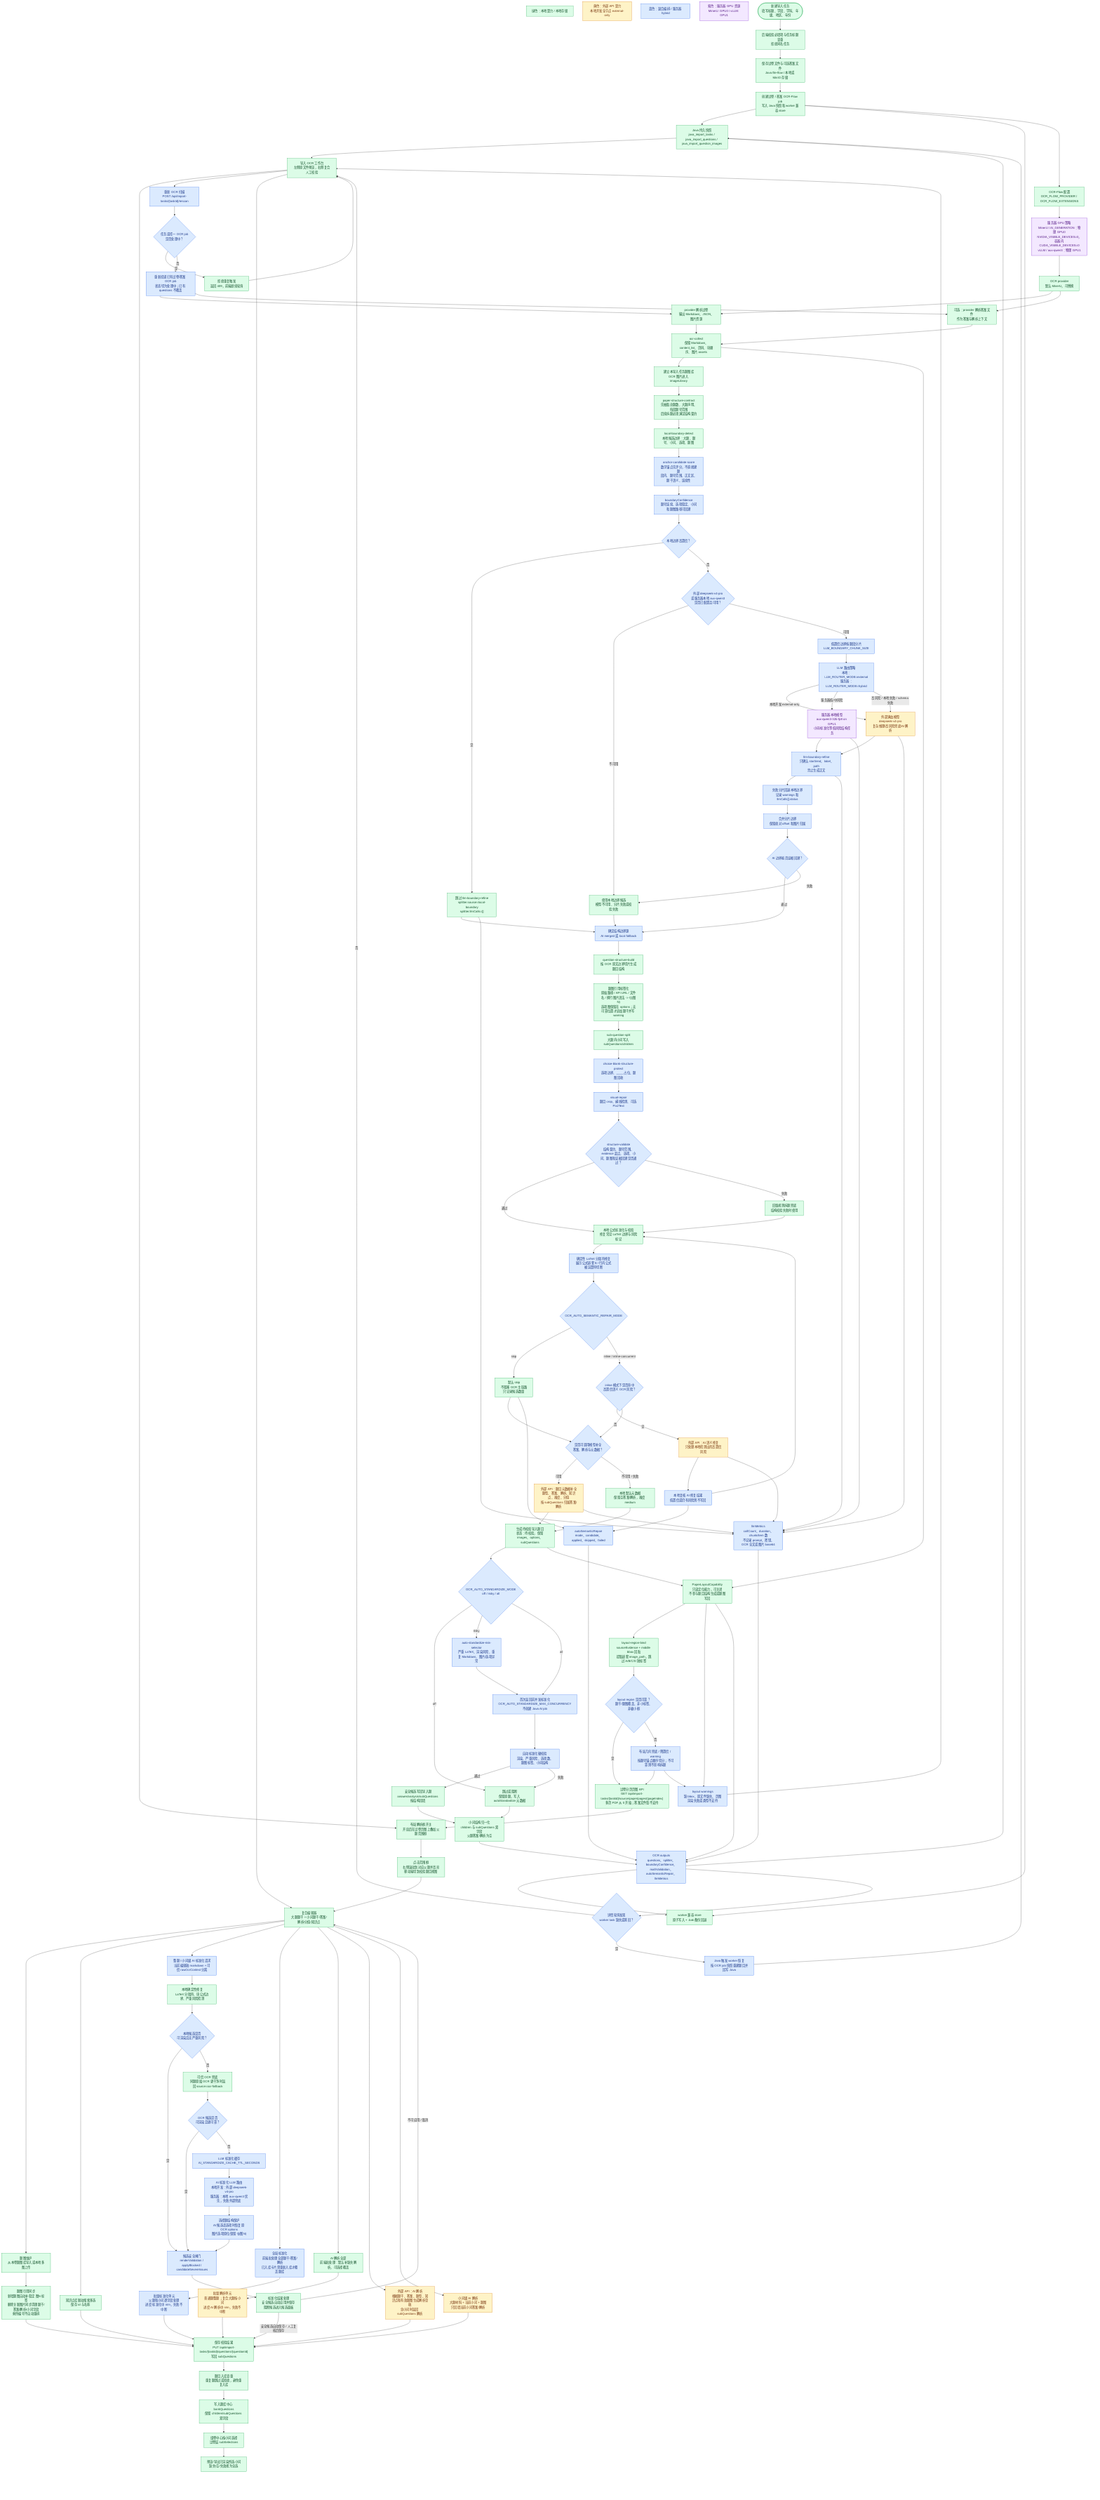
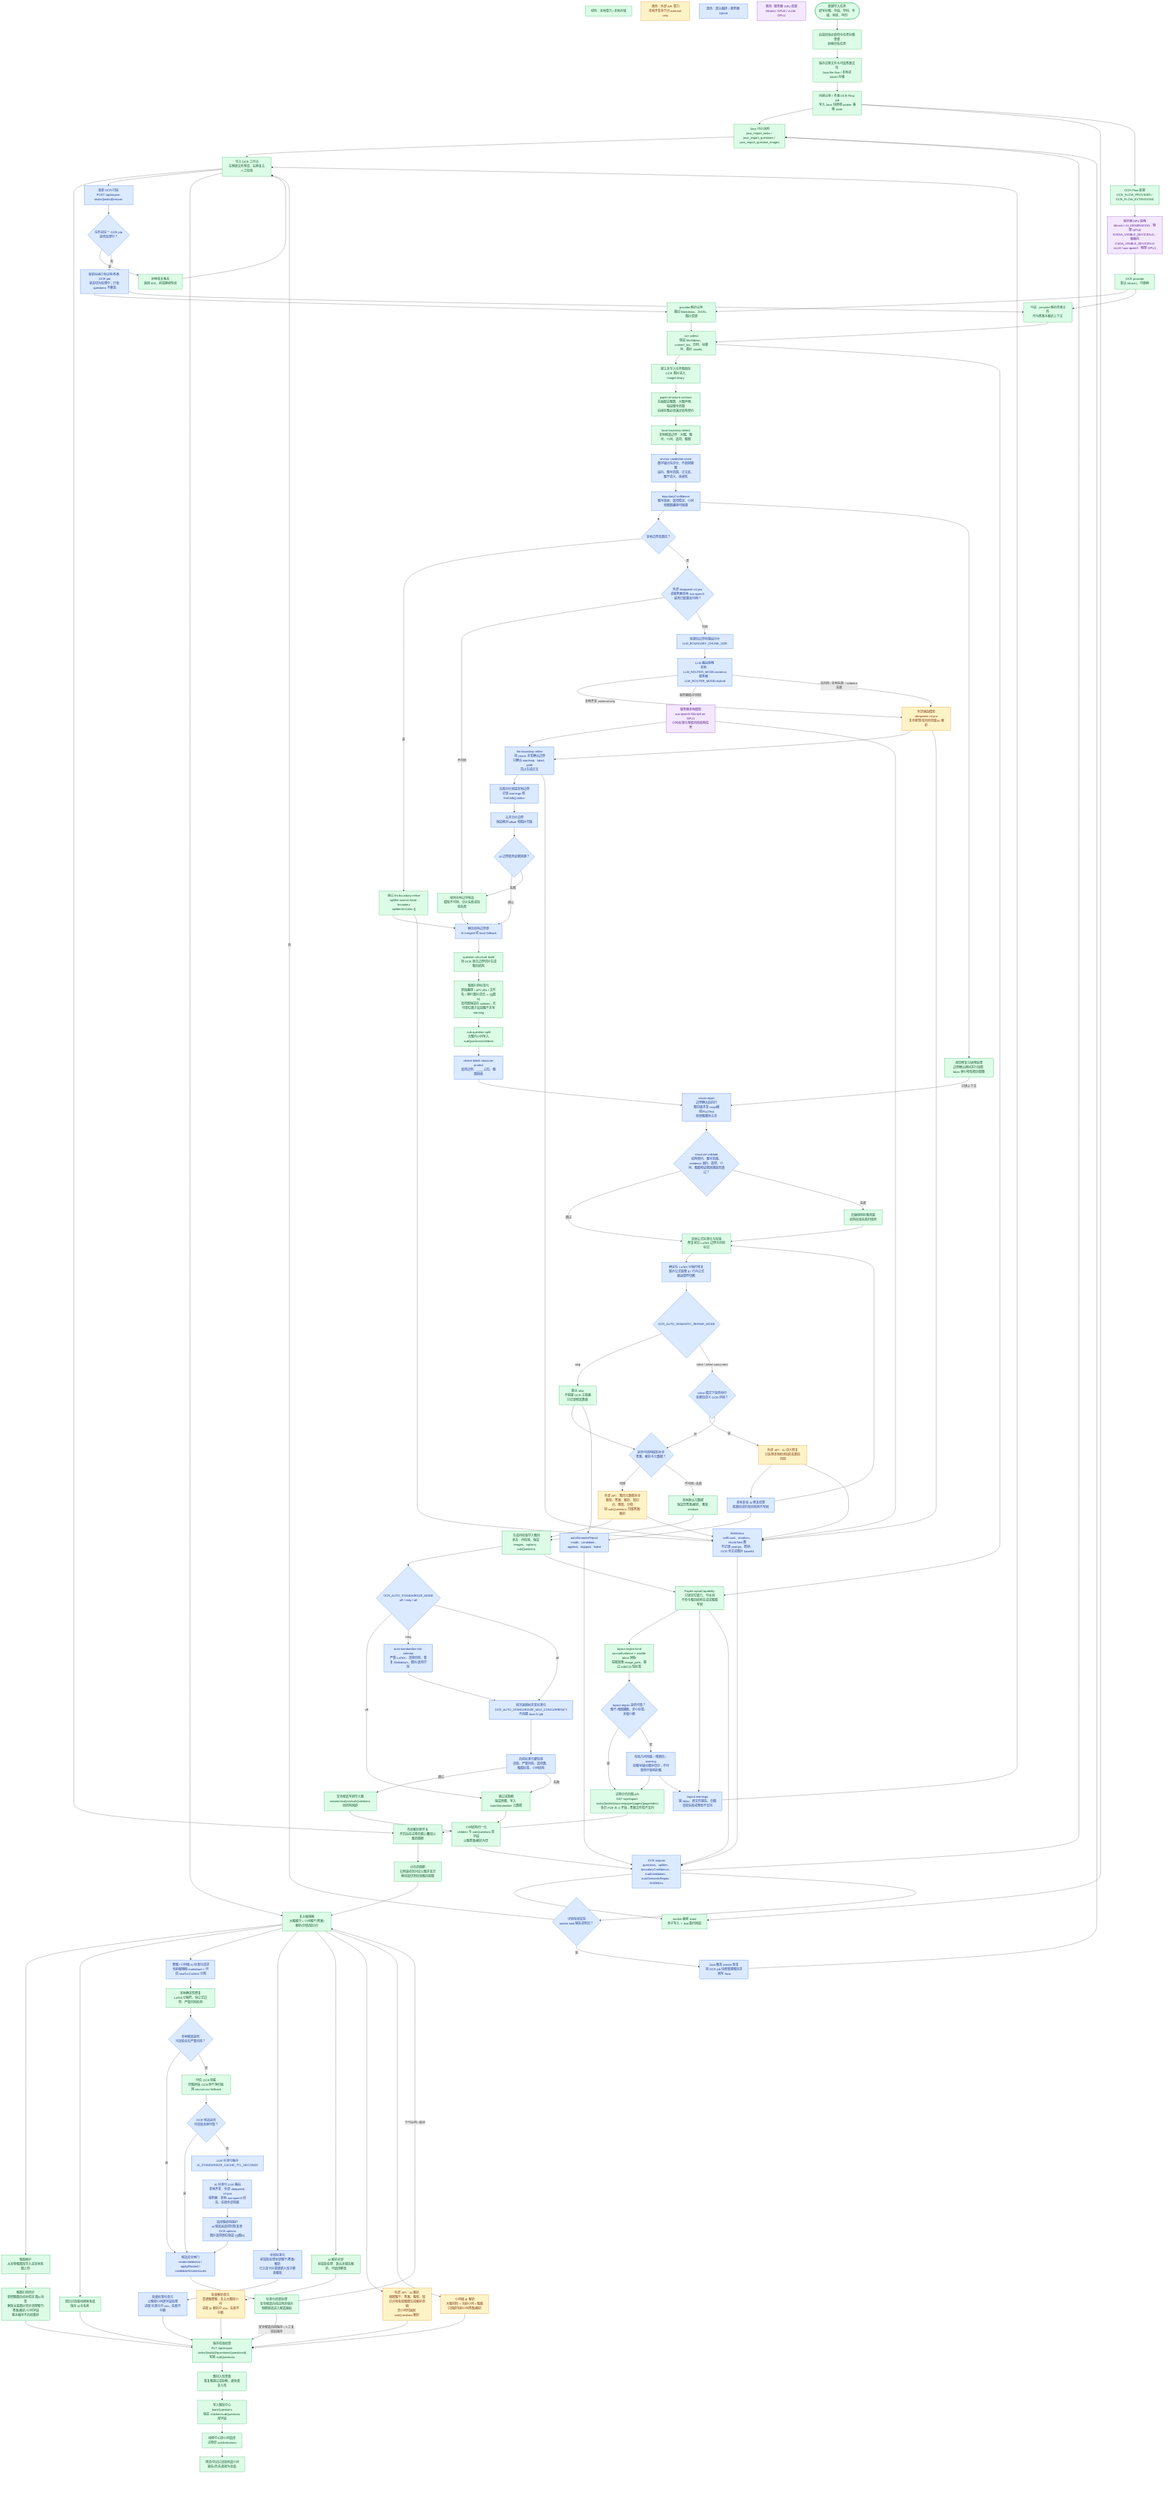
%% Version: 2026-07-10 / product v16 / GlobalStandardize
%% Status: current-primary
%% Scope: authoritative end-to-end OCR-Flow algorithm, structure contract, LLM routing, first-return auto standardization, review, layout overlay isolation, rescan, global standardization, and AI assistance flow.
flowchart TD
  LegendLocal["绿色：本地算力 / 本地存储"]:::local
  LegendExternal["黄色：外部 API 算力<br/>本地开发全节点 external-only"]:::external
  LegendMixed["蓝色：混合编排 / 服务器 hybrid"]:::mixed
  LegendGpu["紫色：服务器 GPU 资源<br/>MinerU: GPU0 / vLLM: GPU1"]:::gpu

  Start(["新建导入任务<br/>填写标题、学段、学科、年级、地区、年份"]):::local
  Validate["后端校验必填项与任务标题查重<br/>拒绝同名任务"]:::local
  Upload["保存试卷文件与可选答案文件<br/>Java file-flow / 本地或 MinIO 存储"]:::local
  Jobs["创建试卷 / 答案 OCR-Flow job<br/>写入 Java 快照和 worker 兼容 store"]:::local
  JavaSnapshot["Java 持久快照<br/>java_import_tasks / java_import_questions / java_import_question_images"]:::local
  WorkerSafeStore["worker 兼容 store<br/>原子写入 + .bak 备份回退"]:::local
  FlowConfig["OCR-Flow 配置<br/>OCR_FLOW_PROVIDER / OCR_FLOW_EXTENSIONS"]:::local
  GpuPolicy["服务器 GPU 策略<br/>MinerU / AI_GENERATION：物理 GPU0<br/>NVIDIA_VISIBLE_DEVICES=0，容器内 CUDA_VISIBLE_DEVICES=0<br/>vLLM / aux-qwen3：物理 GPU1"]:::gpu
  Provider["OCR provider<br/>默认 MinerU，可替换"]:::local
  OcrPaper["provider 解析试卷<br/>输出 Markdown、JSON、图片资源"]:::local
  OcrAnswer["可选：provider 解析答案文件<br/>作为答案与解析上下文"]:::local
  Collect["ocr-collect<br/>保留 Markdown、content_list、页码、块顺序、图片 assets"]:::local
  ImageLibrary["建立本导入任务题图库<br/>OCR 图片进入 imageLibrary"]:::local

  StructureContract["paper-structure-contract<br/>先抽取总题数、大题声明、每段题号范围<br/>后续拆题必须满足结构契约"]:::local
  LocalBoundary["local-boundary-detect<br/>本地候选边界：大题、题号、小问、选项、题图"]:::local
  AnchorScore["anchor-candidate-score<br/>数字锚点先评分，不直接建题<br/>段内、题号范围、正文区、题干语义、连续性"]:::mixed
  BoundaryConfidence["boundaryConfidence<br/>题号连续、选项稳定、小问和题图路径可回溯"]:::mixed
  BoundaryHigh{"本地边界高置信？"}:::mixed
  BoundarySkip["跳过 llm-boundary-refine<br/>splitter.source=local-boundary<br/>splitter.llmCalls=[]"]:::local
  LlmAvailable{"外部 deepseek-v4-pro<br/>或服务器本地 aux-qwen3<br/>是否已配置且可用？"}:::mixed
  BoundaryChunks["低置信边界按题段分片<br/>LLM_BOUNDARY_CHUNK_SIZE"]:::mixed
  LlmRoutePolicy["LLM 路由策略<br/>本地：LLM_ROUTER_MODE=external<br/>服务器：LLM_ROUTER_MODE=hybrid"]:::mixed
  LocalAuxModel["服务器本地模型<br/>aux-qwen3-32b-fp8 on GPU1<br/>小问/标准化等低风险结构任务"]:::gpu
  ExternalFullModel["外部满血模型<br/>deepseek-v4-pro<br/>复杂推理/高风险兜底/AI 解析"]:::external
-   LlmBoundary["llm-boundary-refine<br/>只确认 start/end、label、path<br/>禁止生成正文"]:::mixed
+   VisualRepairPreload["视觉修复只读预处理<br/>边界确认期间并行加载 bbox 索引和有限页图像"]:::local
+   LlmBoundary["llm-boundary-refine<br/>按 chunk 并发确认边界<br/>只确认 start/end、label、path<br/>禁止生成正文"]:::mixed
  ChunkFallback["失败分片回退本地边界<br/>记录 warnings 和 llmCalls[].status"]:::mixed
  MergeBoundary["合并分片边界<br/>保留绝对 offset 和图片归属"]:::mixed
  BoundaryValidate{"AI 边界能否证据回溯？"}:::mixed
  BoundaryLocalFallback["使用本地边界候选<br/>模型不可用、分片失败或校验失败"]:::local
  BoundarySource["确定结构边界源<br/>AI merged 或 local fallback"]:::mixed

  BuildByEvidence["question-structure-build<br/>按 OCR 原文边界切片生成题目结构"]:::local
  ImageCanonical["题图引用标签化<br/>原始路径 / API URL / 文件名 / 换行图片语法 -> ![](图N)<br/>选项图保留在 options；无可靠位置才追加题干并写 warning"]:::local
  SubSplit["sub-question-split<br/>大题内小问写入 subQuestions/children"]:::local
  ChoiceBlankProtect["choice-blank-structure-protect<br/>选项边界、____ 占位、题图回收"]:::mixed
-   VisualRepair["visual-repair<br/>题目 crop、横线检测、可选 Pix2Text"]:::mixed
+   VisualRepair["visual-repair<br/>边界确认后执行<br/>题目级并发 crop/横线/Pix2Text<br/>按原题顺序合并"]:::mixed
  StructureValidate{"structure-validate<br/>结构契约、题号范围、evidence 起点、选项、小问、题图和证据回溯是否通过？"}:::mixed
  RuleFallback["旧版规则拆题兜底<br/>结构校验失败时使用"]:::local

  MathNormalize["本地公式标准化与校验<br/>修复常见 LaTeX 边界与风险标记"]:::local
  LatexDelimiter["确定性 LaTeX 分隔符修复<br/>展示公式嵌套 $ / 行内公式被运算符切断"]:::mixed
  AutoRepairMode{"OCR_AUTO_SEMANTIC_REPAIR_MODE"}:::mixed
  AutoRepairSkip["默认 skip<br/>不阻塞 OCR 主链路<br/>只记录候选数量"]:::local
  SemanticRisk{"inline 模式下是否命中<br/>高置信语义 OCR 风险？"}:::mixed
  SemanticApi["外部 API：AI 语义修复<br/>只处理本地检测出的高置信风险"]:::external
  SemanticVerify["本地复核 AI 修复结果<br/>低置信或仍有风险则不写回"]:::mixed

  MetadataDecision{"是否可调用模型补全<br/>答案、解析与元数据？"}:::mixed
  MetadataApi["外部 API：题目元数据补全<br/>题型、答案、解析、知识点、难度、分值<br/>按 subQuestions 归属答案/解析"]:::external
  MetadataFallback["本地默认元数据<br/>保留空答案/解析，难度 medium"]:::local
  BuildQuestions["生成待校验导入题目<br/>状态：待校验，保留 images、options、subQuestions"]:::local
  AutoStdMode{"OCR_AUTO_STANDARDIZE_MODE<br/>off / risky / all"}:::mixed
  AutoStdRisk["auto-standardize-risk-selector<br/>严重 LaTeX、渲染风险、重复 Markdown、图片/选项异常"]:::mixed
  AutoStdConcurrent["首次返回前并发标准化<br/>OCR_AUTO_STANDARDIZE_MAX_CONCURRENCY<br/>不创建 Java AI job"]:::mixed
  AutoStdGate["自动标准化硬校验<br/>渲染、严重风险、选项数、题图标签、小问结构"]:::mixed
  AutoStdApply["安全候选写回导入题<br/>answer/analysis/subQuestions 按结构回填"]:::local
  AutoStdSkip["跳过或阻断<br/>保留原题，写入 autoStandardize 元数据"]:::local
  PaperLayoutBuild["PaperLayoutCapability<br/>只读定位能力，可关闭<br/>不参与题目结构生成或题图写回"]:::local
  PaperLayoutBind["layout-region-bind<br/>sourceEvidence + middle bbox 回贴<br/>提取嵌套 image_path，跳过 A/B/C/D 短标签"]:::local
  PaperLayoutReliable{"layout region 是否可靠？<br/>题干/题图覆盖、非小标签、非极小框"}:::mixed
  PaperLayoutFallback["布局几何兜底 / 降置信 / warning<br/>按题号锚点顺序切分；不可靠则不影响拆题"]:::mixed
  PaperPageApi["试卷分页页图 API<br/>GET /api/import-tasks/{taskId}/source/paper/pages/{pageIndex}<br/>多页 PDF 从 0 开始；答案文件暂不支持"]:::local
  PaperLayoutWarnings["layout warnings<br/>缺 bbox、原文件缺失、页图渲染失败或类型不支持"]:::mixed
  SubQuestionNormalize["小问结构归一化<br/>children 与 subQuestions 双字段<br/>父题答案/解析为空"]:::local
  AutoRepairSummary["autoSemanticRepair<br/>mode、candidate、applied、skipped、failed"]:::mixed
  LlmMetrics["llmMetrics<br/>callCount、duration、chunk/item 数<br/>不记录 prompt、密钥、OCR 全文或图片 base64"]:::mixed
  OcrOutputs["OCR outputs<br/>questions、splitter、boundaryConfidence、mathValidation、autoSemanticRepair、llmMetrics"]:::mixed
  DetailRecovery{"详情轮询发现<br/>worker task 缺失或陈旧？"}:::mixed
  RecoverFromOcr["Java 触发 worker 恢复<br/>按 OCR job 快照重建题目并回写 Java"]:::mixed

  Workbench["导入 OCR 工作台<br/>左侧原文件预览，右侧复合人工校验"]:::local
  LayoutToggle["布局解析框开关<br/>开启后在试卷页图上叠加父题范围框"]:::local
  LayoutClick["点击范围框<br/>右侧滚动到对应父题并高亮<br/>移动端切到校验题目视图"]:::local
  RescanRequest["重新 OCR 扫描<br/>POST /api/import-tasks/{taskId}/rescan"]:::mixed
  RescanGuard{"任务或任一 OCR job<br/>是否处理中？"}:::mixed
  RescanReject["拒绝重复触发<br/>返回 409，前端继续轮询"]:::local
  RescanRetry["重新投递已有试卷/答案 OCR job<br/>状态切为处理中；已有 questions 不覆盖"]:::mixed
  ManualEdit["复合编辑器<br/>大题题干 + 小问题干/答案/解析/分值/知识点"]:::local
  BatchStdAll["全局标准化<br/>前端批处理全部题干/答案/解析<br/>已入库卡片需重新入库才覆盖题库"]:::mixed
  BatchStdUnits["批量标准化单元<br/>父题和小问逐字段处理<br/>进度 标准化中 n/m，失败不中断"]:::mixed
  BatchAiAll["AI 解析全部<br/>前端批处理：默认补缺失解析，可选择覆盖"]:::local
  BatchAiUnits["批量解析单元<br/>普通题整题；复合大题按小问<br/>进度 AI 解析中 n/m，失败不中断"]:::external
  AddImages["题图维护<br/>从本卷题图库导入或本地多图上传"]:::local
  ImageMarkdown["题图引用同步<br/>新增题图自动补稳定 图N 标签<br/>删除关联图片同步清理题干/答案/解析/小问字段<br/>剩余编号不自动重排"]:::local
  KnowledgePick["知识点库联动搜索多选<br/>保存 id 与名称"]:::local

  StdStart["整题 / 小问级 AI 标准化请求<br/>当前编辑稿 markdown + 可信 rawOcrContext 分离"]:::mixed
  StdLocal["本地确定性修复<br/>LaTeX 分隔符、块公式边界、严重风险检测"]:::local
  StdLocalSafe{"本地候选是否<br/>可渲染且无严重风险？"}:::mixed
  StdOcr["可信 OCR 兜底<br/>同题原始 OCR 更干净时返回 source=ocr-fallback"]:::local
  StdOcrSafe{"OCR 候选是否<br/>可渲染且更可靠？"}:::mixed
  StdCache["LLM 标准化缓存<br/>AI_STANDARDIZE_CACHE_TTL_SECONDS"]:::mixed
  StdApi["AI 标准化 LLM 路由<br/>本地开发：外部 deepseek-v4-pro<br/>服务器：本地 aux-qwen3 优先，失败外部兜底"]:::mixed
  StdChoiceGuard["选择题结构保护<br/>AI 候选丢选项时恢复原 OCR options<br/>图片选项原位保留 ![](图N)"]:::mixed
  StdGate["候选安全闸门<br/>renderValidation / applyBlocked / candidateSevereIssues"]:::mixed
  StdPanel["标准化结果处理<br/>安全候选自动应用并保存<br/>阻断候选进入候选面板"]:::local

  AiAnalysis["外部 API：AI 解析<br/>根据题干、答案、题型、知识点和有效题图生成解析草稿<br/>含小问时返回 subQuestions 解析"]:::external
  SubAiAnalysis["小问级 AI 解析<br/>大题材料 + 当前小问 + 题图<br/>只回填当前小问答案/解析"]:::external
  SaveReview["保存校验结果<br/>PUT /api/import-tasks/{taskId}/questions/{questionId}<br/>写回 subQuestions"]:::local
  BankDedup["题目入库查重<br/>重复题跳过或拒绝，避免重复入库"]:::local
  Bank["写入题库中心 bankQuestions<br/>保留 children/subQuestions 双字段"]:::local
  PaperSelect["组卷中心按小问选择<br/>试卷层 subSelections"]:::local
  PaperPreview["预览/导出只渲染所选小问<br/>缺失/空/失效视为全选"]:::local

  Start --> Validate --> Upload --> Jobs
  Jobs --> JavaSnapshot
  Jobs --> WorkerSafeStore
  Jobs --> FlowConfig --> GpuPolicy --> Provider
  Provider --> OcrPaper --> Collect
  Provider --> OcrAnswer --> Collect
  Collect --> ImageLibrary --> StructureContract --> LocalBoundary --> AnchorScore --> BoundaryConfidence --> BoundaryHigh
+   BoundaryConfidence --> VisualRepairPreload
  BoundaryHigh -- "是" --> BoundarySkip --> BoundarySource
  BoundaryHigh -- "否" --> LlmAvailable
  LlmAvailable -- "不可用" --> BoundaryLocalFallback --> BoundarySource
  LlmAvailable -- "可用" --> BoundaryChunks --> LlmRoutePolicy
  LlmRoutePolicy -- "本地开发 external-only" --> ExternalFullModel --> LlmBoundary
  LlmRoutePolicy -- "服务器低/中风险" --> LocalAuxModel --> LlmBoundary
  LlmRoutePolicy -- "高风险 / 本地失败 / schema 失败" --> ExternalFullModel
  LlmBoundary --> ChunkFallback --> MergeBoundary --> BoundaryValidate
  BoundaryValidate -- "通过" --> BoundarySource
  BoundaryValidate -- "失败" --> BoundaryLocalFallback
  BoundarySource --> BuildByEvidence
  BuildByEvidence --> ImageCanonical --> SubSplit --> ChoiceBlankProtect --> VisualRepair --> StructureValidate
+   VisualRepairPreload -- "只读上下文" --> VisualRepair
  StructureValidate -- "通过" --> MathNormalize
  StructureValidate -- "失败" --> RuleFallback --> MathNormalize
  MathNormalize --> LatexDelimiter --> AutoRepairMode
  AutoRepairMode -- "skip" --> AutoRepairSkip --> MetadataDecision
  AutoRepairMode -- "inline / inline-concurrent" --> SemanticRisk
  SemanticRisk -- "是" --> SemanticApi --> SemanticVerify --> MathNormalize
  SemanticRisk -- "否" --> MetadataDecision
  MetadataDecision -- "可用" --> MetadataApi --> BuildQuestions
  MetadataDecision -- "不可用 / 失败" --> MetadataFallback --> BuildQuestions
  BuildQuestions --> AutoStdMode
  AutoStdMode -- "off" --> AutoStdSkip --> SubQuestionNormalize
  AutoStdMode -- "risky" --> AutoStdRisk --> AutoStdConcurrent
  AutoStdMode -- "all" --> AutoStdConcurrent
  AutoStdConcurrent --> AutoStdGate
  AutoStdGate -- "通过" --> AutoStdApply --> SubQuestionNormalize
  AutoStdGate -- "失败" --> AutoStdSkip
  SubQuestionNormalize --> OcrOutputs
  BuildQuestions --> PaperLayoutBuild
  Collect --> PaperLayoutBuild
  PaperLayoutBuild --> PaperLayoutBind --> PaperLayoutReliable
  PaperLayoutReliable -- "是" --> PaperPageApi
  PaperLayoutReliable -- "否" --> PaperLayoutFallback --> PaperPageApi
  PaperLayoutFallback --> PaperLayoutWarnings
  PaperLayoutBuild --> PaperLayoutWarnings
  PaperLayoutBuild --> OcrOutputs
  BoundarySkip --> LlmMetrics
  LlmBoundary --> LlmMetrics
  LocalAuxModel --> LlmMetrics
  ExternalFullModel --> LlmMetrics
  SemanticApi --> LlmMetrics
  MetadataApi --> LlmMetrics
  AutoRepairSkip --> AutoRepairSummary --> OcrOutputs
  SemanticVerify --> AutoRepairSummary
  LlmMetrics --> OcrOutputs
  OcrOutputs --> JavaSnapshot
  OcrOutputs --> WorkerSafeStore
  OcrOutputs --> DetailRecovery
  DetailRecovery -- "是" --> RecoverFromOcr --> JavaSnapshot --> Workbench
  DetailRecovery -- "否" --> Workbench
  PaperPageApi --> LayoutToggle
  PaperLayoutWarnings --> Workbench
  Workbench --> LayoutToggle --> LayoutClick --> ManualEdit
  Workbench --> RescanRequest --> RescanGuard
  RescanGuard -- "是" --> RescanReject --> Workbench
  RescanGuard -- "否" --> RescanRetry --> OcrPaper
  RescanRetry --> OcrAnswer
  Workbench --> ManualEdit
  ManualEdit --> AddImages --> ImageMarkdown --> SaveReview
  ManualEdit --> KnowledgePick --> SaveReview
  ManualEdit --> StdStart --> StdLocal --> StdLocalSafe
  StdLocalSafe -- "是" --> StdGate
  StdLocalSafe -- "否" --> StdOcr --> StdOcrSafe
  StdOcrSafe -- "是" --> StdGate
  StdOcrSafe -- "否" --> StdCache --> StdApi --> StdChoiceGuard --> StdGate
  StdGate --> StdPanel
  StdPanel -- "安全候选自动保存 / 人工复核后保存" --> SaveReview
  StdPanel -- "不可应用 / 取消" --> ManualEdit
  ManualEdit --> BatchStdAll --> BatchStdUnits --> SaveReview
  ManualEdit --> BatchAiAll --> BatchAiUnits --> SaveReview
  ManualEdit --> AiAnalysis --> SaveReview
  ManualEdit --> SubAiAnalysis --> SaveReview
  SaveReview --> BankDedup --> Bank --> PaperSelect --> PaperPreview

  classDef local fill:#dcfce7,stroke:#16a34a,color:#14532d,stroke-width:1px;
  classDef external fill:#fef3c7,stroke:#d97706,color:#78350f,stroke-width:1px;
  classDef mixed fill:#dbeafe,stroke:#2563eb,color:#1e3a8a,stroke-width:1px;
  classDef gpu fill:#f3e8ff,stroke:#7e22ce,color:#581c87,stroke-width:1px;
